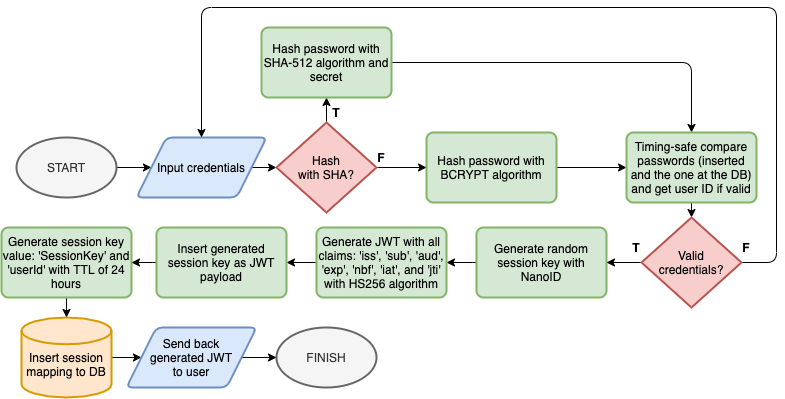
Above: assets/login-flow.png in lauslim12/express-secure-auth (draw.io), before the change. Source tidied: cells renumbered, new cells last; positions are measured from the earlier drawing's top-left corner, leaving out a move shared by most shapes.
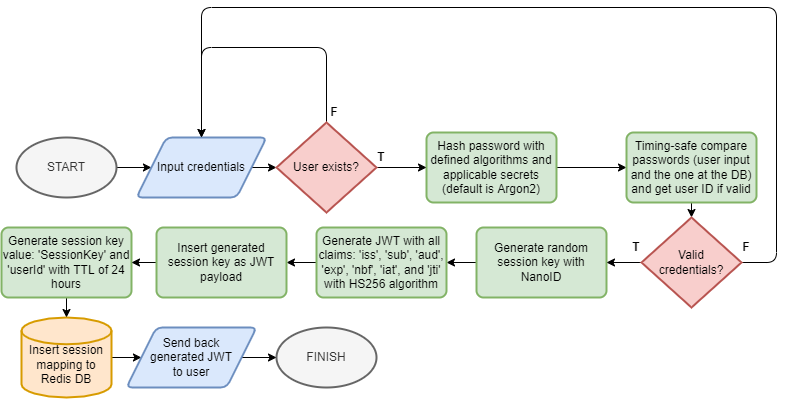
The same file after the commit.

Commit message:
Update login flow

What changed in the source:
```diff
@@ -17,28 +17,27 @@
     <mxCell id="6" style="edgeStyle=orthogonalEdgeStyle;rounded=0;jettySize=auto;html=1;exitX=1;exitY=0.5;exitDx=0;exitDy=0;entryX=0;entryY=0.5;entryDx=0;entryDy=0;" parent="1" edge="1" source="7" target="14">
       <mxGeometry relative="1" as="geometry" />
     </mxCell>
-    <mxCell id="7" value="Hash password with BCRYPT algorithm" style="rounded=1;whiteSpace=wrap;html=1;absoluteArcSize=1;arcSize=14;strokeWidth=2;fillColor=#d5e8d4;strokeColor=#82b366;" parent="1" vertex="1">
+    <mxCell id="7" value="Hash password with defined algorithms and applicable secrets (default is Argon2)" style="rounded=1;whiteSpace=wrap;html=1;absoluteArcSize=1;arcSize=14;strokeWidth=2;fillColor=#d5e8d4;strokeColor=#82b366;" parent="1" vertex="1">
       <mxGeometry x="425" y="125" width="130" height="70" as="geometry" />
     </mxCell>
     <mxCell id="8" style="edgeStyle=orthogonalEdgeStyle;rounded=0;jettySize=auto;html=1;exitX=1;exitY=0.5;exitDx=0;exitDy=0;exitPerimeter=0;entryX=0;entryY=0.5;entryDx=0;entryDy=0;" parent="1" edge="1" source="10" target="7">
       <mxGeometry relative="1" as="geometry" />
     </mxCell>
-    <mxCell id="9" style="edgeStyle=orthogonalEdgeStyle;rounded=0;jettySize=auto;html=1;exitX=0.5;exitY=0;exitDx=0;exitDy=0;exitPerimeter=0;entryX=0.5;entryY=1;entryDx=0;entryDy=0;" parent="1" edge="1" source="10" target="12">
-      <mxGeometry relative="1" as="geometry" />
-    </mxCell>
+    <mxCell id="35" style="edgeStyle=orthogonalEdgeStyle;rounded=1;jettySize=auto;html=1;exitX=0.5;exitY=0;exitDx=0;exitDy=0;exitPerimeter=0;entryX=0.5;entryY=0;entryDx=0;entryDy=0;" parent="1" edge="1" source="10" target="5">
+      <mxGeometry relative="1" as="geometry">
+        <Array as="points">
+          <mxPoint x="325" y="40" />
+          <mxPoint x="200" y="40" />
+        </Array>
+      </mxGeometry>
+    </mxCell>
-    <mxCell id="10" value="Hash&lt;br&gt;with SHA?" style="strokeWidth=2;html=1;shape=mxgraph.flowchart.decision;whiteSpace=wrap;fillColor=#f8cecc;strokeColor=#b85450;" parent="1" vertex="1">
+    <mxCell id="10" value="User exists?" style="strokeWidth=2;html=1;shape=mxgraph.flowchart.decision;whiteSpace=wrap;fillColor=#f8cecc;strokeColor=#b85450;" parent="1" vertex="1">
       <mxGeometry x="275" y="115" width="100" height="90" as="geometry" />
     </mxCell>
-    <mxCell id="11" style="edgeStyle=orthogonalEdgeStyle;jettySize=auto;html=1;exitX=1;exitY=0.5;exitDx=0;exitDy=0;entryX=0.5;entryY=0;entryDx=0;entryDy=0;rounded=1;" parent="1" edge="1" source="12" target="14">
-      <mxGeometry relative="1" as="geometry" />
-    </mxCell>
-    <mxCell id="12" value="Hash password with SHA-512 algorithm and secret" style="rounded=1;whiteSpace=wrap;html=1;absoluteArcSize=1;arcSize=14;strokeWidth=2;fillColor=#d5e8d4;strokeColor=#82b366;" parent="1" vertex="1">
-      <mxGeometry x="260" y="20" width="130" height="70" as="geometry" />
-    </mxCell>
     <mxCell id="13" style="edgeStyle=orthogonalEdgeStyle;rounded=1;jettySize=auto;html=1;exitX=0.5;exitY=1;exitDx=0;exitDy=0;entryX=0.5;entryY=0;entryDx=0;entryDy=0;entryPerimeter=0;" parent="1" edge="1" source="14" target="32">
       <mxGeometry relative="1" as="geometry" />
     </mxCell>
-    <mxCell id="14" value="Timing-safe compare passwords (inserted and the one at the DB) and get user ID if valid" style="rounded=1;whiteSpace=wrap;html=1;absoluteArcSize=1;arcSize=14;strokeWidth=2;fillColor=#d5e8d4;strokeColor=#82b366;" parent="1" vertex="1">
+    <mxCell id="14" value="Timing-safe compare passwords (user input and the one at the DB) and get user ID if valid" style="rounded=1;whiteSpace=wrap;html=1;absoluteArcSize=1;arcSize=14;strokeWidth=2;fillColor=#d5e8d4;strokeColor=#82b366;" parent="1" vertex="1">
       <mxGeometry x="625" y="125" width="130" height="70" as="geometry" />
     </mxCell>
     <mxCell id="15" style="edgeStyle=orthogonalEdgeStyle;rounded=0;jettySize=auto;html=1;exitX=0;exitY=0.5;exitDx=0;exitDy=0;entryX=1;entryY=0.5;entryDx=0;entryDy=0;" parent="1" edge="1" source="16" target="18">
@@ -56,7 +55,7 @@
     <mxCell id="19" style="edgeStyle=orthogonalEdgeStyle;rounded=1;jettySize=auto;html=1;exitX=1;exitY=0.5;exitDx=0;exitDy=0;exitPerimeter=0;entryX=0;entryY=0.5;entryDx=0;entryDy=0;" parent="1" edge="1" source="20" target="27">
       <mxGeometry relative="1" as="geometry" />
     </mxCell>
-    <mxCell id="20" value="&lt;br&gt;Insert session mapping to DB" style="strokeWidth=2;html=1;shape=mxgraph.flowchart.database;whiteSpace=wrap;fillColor=#ffe6cc;strokeColor=#d79b00;" parent="1" vertex="1">
+    <mxCell id="20" value="&lt;br&gt;Insert session mapping to Redis DB" style="strokeWidth=2;html=1;shape=mxgraph.flowchart.database;whiteSpace=wrap;fillColor=#ffe6cc;strokeColor=#d79b00;" parent="1" vertex="1">
       <mxGeometry x="20" y="310" width="90" height="80" as="geometry" />
     </mxCell>
     <mxCell id="21" style="edgeStyle=orthogonalEdgeStyle;rounded=1;jettySize=auto;html=1;exitX=0.5;exitY=1;exitDx=0;exitDy=0;entryX=0.5;entryY=0;entryDx=0;entryDy=0;entryPerimeter=0;" parent="1" edge="1" source="22" target="20">
@@ -68,10 +67,10 @@
     <mxCell id="23" value="FINISH" style="strokeWidth=2;html=1;shape=mxgraph.flowchart.start_1;whiteSpace=wrap;fillColor=#f5f5f5;fontColor=#333333;strokeColor=#666666;" parent="1" vertex="1">
       <mxGeometry x="275" y="320" width="100" height="60" as="geometry" />
     </mxCell>
-    <mxCell id="24" value="&lt;b&gt;T&lt;/b&gt;" style="text;html=1;strokeColor=none;fillColor=none;align=center;verticalAlign=middle;whiteSpace=wrap;rounded=0;" parent="1" vertex="1">
-      <mxGeometry x="325" y="95" width="20" height="20" as="geometry" />
+    <mxCell id="24" value="&lt;b&gt;F&lt;/b&gt;" style="text;html=1;strokeColor=none;fillColor=none;align=center;verticalAlign=middle;whiteSpace=wrap;rounded=0;" parent="1" vertex="1">
+      <mxGeometry x="323" y="95" width="20" height="20" as="geometry" />
     </mxCell>
-    <mxCell id="25" value="&lt;b&gt;F&lt;/b&gt;" style="text;html=1;strokeColor=none;fillColor=none;align=center;verticalAlign=middle;whiteSpace=wrap;rounded=0;" parent="1" vertex="1">
+    <mxCell id="25" value="&lt;b&gt;T&lt;/b&gt;" style="text;html=1;strokeColor=none;fillColor=none;align=center;verticalAlign=middle;whiteSpace=wrap;rounded=0;" parent="1" vertex="1">
       <mxGeometry x="370" y="140" width="20" height="20" as="geometry" />
     </mxCell>
     <mxCell id="26" style="edgeStyle=orthogonalEdgeStyle;rounded=0;jettySize=auto;html=1;exitX=1;exitY=0.5;exitDx=0;exitDy=0;entryX=0;entryY=0.5;entryDx=0;entryDy=0;entryPerimeter=0;" parent="1" edge="1" source="27" target="23">
```
